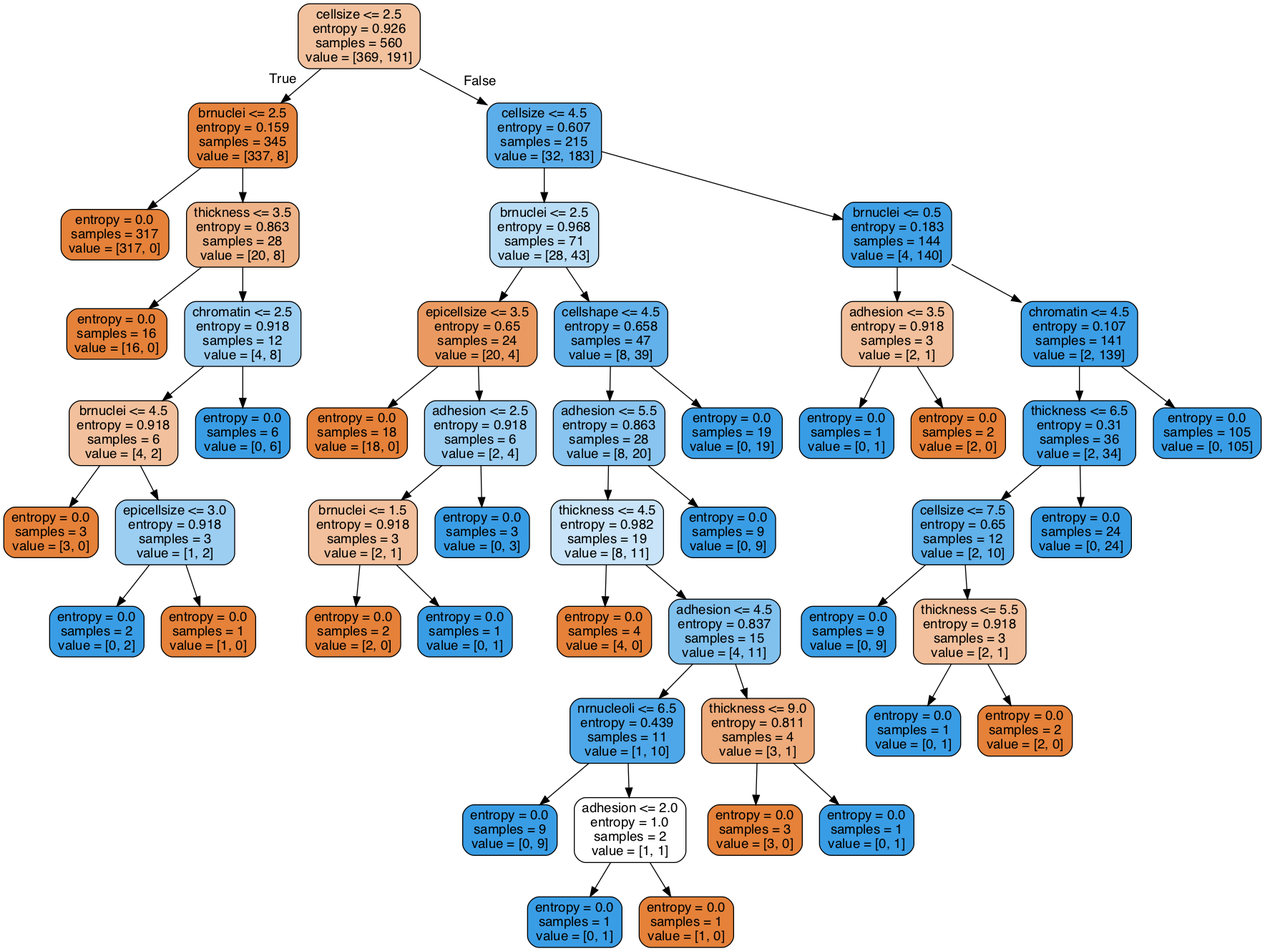
Before: DS_ml_techniques_3/bc_ent.png, a diagram exported from Graphviz (ryanarbow/uw_data_science). Its source is kept beside it as DS_ml_techniques_3/bc_ent.dot.
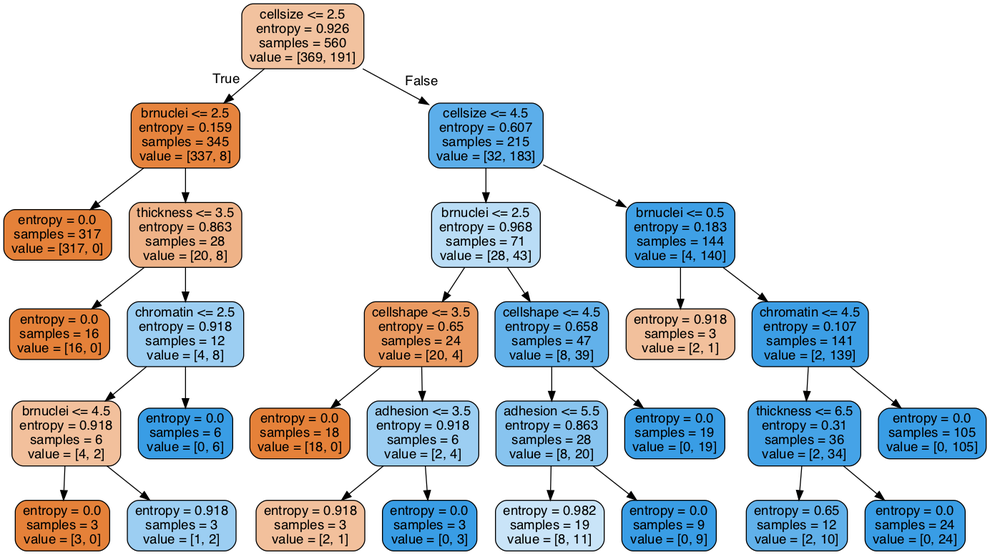
The same file after the commit.

The edit, as a diff of the source:
```diff
@@ -4,98 +4,58 @@
 0 [label="cellsize <= 2.5\nentropy = 0.926\nsamples = 560\nvalue = [369, 191]", fillcolor="#f2c29f"] ;
 1 [label="brnuclei <= 2.5\nentropy = 0.159\nsamples = 345\nvalue = [337, 8]", fillcolor="#e6843e"] ;
 0 -> 1 [labeldistance=2.5, labelangle=45, headlabel="True"] ;
-2 [label="entropy = 0.0\nsamples = 317\nvalue = [317, 0]", fillcolor="#e58139"] ;
-1 -> 2 ;
-3 [label="thickness <= 3.5\nentropy = 0.863\nsamples = 28\nvalue = [20, 8]", fillcolor="#efb388"] ;
-1 -> 3 ;
-4 [label="entropy = 0.0\nsamples = 16\nvalue = [16, 0]", fillcolor="#e58139"] ;
-3 -> 4 ;
-5 [label="chromatin <= 2.5\nentropy = 0.918\nsamples = 12\nvalue = [4, 8]", fillcolor="#9ccef2"] ;
-3 -> 5 ;
-6 [label="brnuclei <= 4.5\nentropy = 0.918\nsamples = 6\nvalue = [4, 2]", fillcolor="#f2c09c"] ;
-5 -> 6 ;
-7 [label="entropy = 0.0\nsamples = 3\nvalue = [3, 0]", fillcolor="#e58139"] ;
-6 -> 7 ;
-8 [label="epicellsize <= 3.0\nentropy = 0.918\nsamples = 3\nvalue = [1, 2]", fillcolor="#9ccef2"] ;
-6 -> 8 ;
-9 [label="entropy = 0.0\nsamples = 2\nvalue = [0, 2]", fillcolor="#399de5"] ;
-8 -> 9 ;
-10 [label="entropy = 0.0\nsamples = 1\nvalue = [1, 0]", fillcolor="#e58139"] ;
-8 -> 10 ;
-11 [label="entropy = 0.0\nsamples = 6\nvalue = [0, 6]", fillcolor="#399de5"] ;
-5 -> 11 ;
-12 [label="cellsize <= 4.5\nentropy = 0.607\nsamples = 215\nvalue = [32, 183]", fillcolor="#5caeea"] ;
-0 -> 12 [labeldistance=2.5, labelangle=-45, headlabel="False"] ;
-13 [label="brnuclei <= 2.5\nentropy = 0.968\nsamples = 71\nvalue = [28, 43]", fillcolor="#baddf6"] ;
-12 -> 13 ;
-14 [label="epicellsize <= 3.5\nentropy = 0.65\nsamples = 24\nvalue = [20, 4]", fillcolor="#ea9a61"] ;
-13 -> 14 ;
-15 [label="entropy = 0.0\nsamples = 18\nvalue = [18, 0]", fillcolor="#e58139"] ;
-14 -> 15 ;
-16 [label="adhesion <= 2.5\nentropy = 0.918\nsamples = 6\nvalue = [2, 4]", fillcolor="#9ccef2"] ;
-14 -> 16 ;
-17 [label="brnuclei <= 1.5\nentropy = 0.918\nsamples = 3\nvalue = [2, 1]", fillcolor="#f2c09c"] ;
-16 -> 17 ;
-18 [label="entropy = 0.0\nsamples = 2\nvalue = [2, 0]", fillcolor="#e58139"] ;
-17 -> 18 ;
-19 [label="entropy = 0.0\nsamples = 1\nvalue = [0, 1]", fillcolor="#399de5"] ;
-17 -> 19 ;
-20 [label="entropy = 0.0\nsamples = 3\nvalue = [0, 3]", fillcolor="#399de5"] ;
-16 -> 20 ;
-21 [label="cellshape <= 4.5\nentropy = 0.658\nsamples = 47\nvalue = [8, 39]", fillcolor="#62b1ea"] ;
-13 -> 21 ;
-22 [label="adhesion <= 5.5\nentropy = 0.863\nsamples = 28\nvalue = [8, 20]", fillcolor="#88c4ef"] ;
-21 -> 22 ;
-23 [label="thickness <= 4.5\nentropy = 0.982\nsamples = 19\nvalue = [8, 11]", fillcolor="#c9e4f8"] ;
-22 -> 23 ;
-24 [label="entropy = 0.0\nsamples = 4\nvalue = [4, 0]", fillcolor="#e58139"] ;
-23 -> 24 ;
-25 [label="adhesion <= 4.5\nentropy = 0.837\nsamples = 15\nvalue = [4, 11]", fillcolor="#81c1ee"] ;
-23 -> 25 ;
-26 [label="nrnucleoli <= 6.5\nentropy = 0.439\nsamples = 11\nvalue = [1, 10]", fillcolor="#4da7e8"] ;
-25 -> 26 ;
-27 [label="entropy = 0.0\nsamples = 9\nvalue = [0, 9]", fillcolor="#399de5"] ;
-26 -> 27 ;
-28 [label="adhesion <= 2.0\nentropy = 1.0\nsamples = 2\nvalue = [1, 1]", fillcolor="#ffffff"] ;
-26 -> 28 ;
-29 [label="entropy = 0.0\nsamples = 1\nvalue = [0, 1]", fillcolor="#399de5"] ;
-28 -> 29 ;
-30 [label="entropy = 0.0\nsamples = 1\nvalue = [1, 0]", fillcolor="#e58139"] ;
-28 -> 30 ;
-31 [label="thickness <= 9.0\nentropy = 0.811\nsamples = 4\nvalue = [3, 1]", fillcolor="#eeab7b"] ;
-25 -> 31 ;
-32 [label="entropy = 0.0\nsamples = 3\nvalue = [3, 0]", fillcolor="#e58139"] ;
-31 -> 32 ;
-33 [label="entropy = 0.0\nsamples = 1\nvalue = [0, 1]", fillcolor="#399de5"] ;
-31 -> 33 ;
-34 [label="entropy = 0.0\nsamples = 9\nvalue = [0, 9]", fillcolor="#399de5"] ;
-22 -> 34 ;
-35 [label="entropy = 0.0\nsamples = 19\nvalue = [0, 19]", fillcolor="#399de5"] ;
-21 -> 35 ;
-36 [label="brnuclei <= 0.5\nentropy = 0.183\nsamples = 144\nvalue = [4, 140]", fillcolor="#3fa0e6"] ;
-12 -> 36 ;
-37 [label="adhesion <= 3.5\nentropy = 0.918\nsamples = 3\nvalue = [2, 1]", fillcolor="#f2c09c"] ;
-36 -> 37 ;
-38 [label="entropy = 0.0\nsamples = 1\nvalue = [0, 1]", fillcolor="#399de5"] ;
-37 -> 38 ;
-39 [label="entropy = 0.0\nsamples = 2\nvalue = [2, 0]", fillcolor="#e58139"] ;
-37 -> 39 ;
-40 [label="chromatin <= 4.5\nentropy = 0.107\nsamples = 141\nvalue = [2, 139]", fillcolor="#3c9ee5"] ;
-36 -> 40 ;
-41 [label="thickness <= 6.5\nentropy = 0.31\nsamples = 36\nvalue = [2, 34]", fillcolor="#45a3e7"] ;
-40 -> 41 ;
-42 [label="cellsize <= 7.5\nentropy = 0.65\nsamples = 12\nvalue = [2, 10]", fillcolor="#61b1ea"] ;
-41 -> 42 ;
-43 [label="entropy = 0.0\nsamples = 9\nvalue = [0, 9]", fillcolor="#399de5"] ;
-42 -> 43 ;
-44 [label="thickness <= 5.5\nentropy = 0.918\nsamples = 3\nvalue = [2, 1]", fillcolor="#f2c09c"] ;
-42 -> 44 ;
-45 [label="entropy = 0.0\nsamples = 1\nvalue = [0, 1]", fillcolor="#399de5"] ;
-44 -> 45 ;
-46 [label="entropy = 0.0\nsamples = 2\nvalue = [2, 0]", fillcolor="#e58139"] ;
-44 -> 46 ;
-47 [label="entropy = 0.0\nsamples = 24\nvalue = [0, 24]", fillcolor="#399de5"] ;
-41 -> 47 ;
-48 [label="entropy = 0.0\nsamples = 105\nvalue = [0, 105]", fillcolor="#399de5"] ;
-40 -> 48 ;
+5 [label="entropy = 0.0\nsamples = 317\nvalue = [317, 0]", fillcolor="#e58139"] ;
+1 -> 5 ;
+6 [label="thickness <= 3.5\nentropy = 0.863\nsamples = 28\nvalue = [20, 8]", fillcolor="#efb388"] ;
+1 -> 6 ;
+9 [label="entropy = 0.0\nsamples = 16\nvalue = [16, 0]", fillcolor="#e58139"] ;
+6 -> 9 ;
+10 [label="chromatin <= 2.5\nentropy = 0.918\nsamples = 12\nvalue = [4, 8]", fillcolor="#9ccef2"] ;
+6 -> 10 ;
+19 [label="brnuclei <= 4.5\nentropy = 0.918\nsamples = 6\nvalue = [4, 2]", fillcolor="#f2c09c"] ;
+10 -> 19 ;
+27 [label="entropy = 0.0\nsamples = 3\nvalue = [3, 0]", fillcolor="#e58139"] ;
+19 -> 27 ;
+28 [label="entropy = 0.918\nsamples = 3\nvalue = [1, 2]", fillcolor="#9ccef2"] ;
+19 -> 28 ;
+20 [label="entropy = 0.0\nsamples = 6\nvalue = [0, 6]", fillcolor="#399de5"] ;
+10 -> 20 ;
+2 [label="cellsize <= 4.5\nentropy = 0.607\nsamples = 215\nvalue = [32, 183]", fillcolor="#5caeea"] ;
+0 -> 2 [labeldistance=2.5, labelangle=-45, headlabel="False"] ;
+3 [label="brnuclei <= 2.5\nentropy = 0.968\nsamples = 71\nvalue = [28, 43]", fillcolor="#baddf6"] ;
+2 -> 3 ;
+7 [label="cellshape <= 3.5\nentropy = 0.65\nsamples = 24\nvalue = [20, 4]", fillcolor="#ea9a61"] ;
+3 -> 7 ;
+11 [label="entropy = 0.0\nsamples = 18\nvalue = [18, 0]", fillcolor="#e58139"] ;
+7 -> 11 ;
+12 [label="adhesion <= 3.5\nentropy = 0.918\nsamples = 6\nvalue = [2, 4]", fillcolor="#9ccef2"] ;
+7 -> 12 ;
+25 [label="entropy = 0.918\nsamples = 3\nvalue = [2, 1]", fillcolor="#f2c09c"] ;
+12 -> 25 ;
+26 [label="entropy = 0.0\nsamples = 3\nvalue = [0, 3]", fillcolor="#399de5"] ;
+12 -> 26 ;
+8 [label="cellshape <= 4.5\nentropy = 0.658\nsamples = 47\nvalue = [8, 39]", fillcolor="#62b1ea"] ;
+3 -> 8 ;
+15 [label="adhesion <= 5.5\nentropy = 0.863\nsamples = 28\nvalue = [8, 20]", fillcolor="#88c4ef"] ;
+8 -> 15 ;
+17 [label="entropy = 0.982\nsamples = 19\nvalue = [8, 11]", fillcolor="#c9e4f8"] ;
+15 -> 17 ;
+18 [label="entropy = 0.0\nsamples = 9\nvalue = [0, 9]", fillcolor="#399de5"] ;
+15 -> 18 ;
+16 [label="entropy = 0.0\nsamples = 19\nvalue = [0, 19]", fillcolor="#399de5"] ;
+8 -> 16 ;
+4 [label="brnuclei <= 0.5\nentropy = 0.183\nsamples = 144\nvalue = [4, 140]", fillcolor="#3fa0e6"] ;
+2 -> 4 ;
+13 [label="entropy = 0.918\nsamples = 3\nvalue = [2, 1]", fillcolor="#f2c09c"] ;
+4 -> 13 ;
+14 [label="chromatin <= 4.5\nentropy = 0.107\nsamples = 141\nvalue = [2, 139]", fillcolor="#3c9ee5"] ;
+4 -> 14 ;
+21 [label="thickness <= 6.5\nentropy = 0.31\nsamples = 36\nvalue = [2, 34]", fillcolor="#45a3e7"] ;
+14 -> 21 ;
+23 [label="entropy = 0.65\nsamples = 12\nvalue = [2, 10]", fillcolor="#61b1ea"] ;
+21 -> 23 ;
+24 [label="entropy = 0.0\nsamples = 24\nvalue = [0, 24]", fillcolor="#399de5"] ;
+21 -> 24 ;
+22 [label="entropy = 0.0\nsamples = 105\nvalue = [0, 105]", fillcolor="#399de5"] ;
+14 -> 22 ;
 }
```
